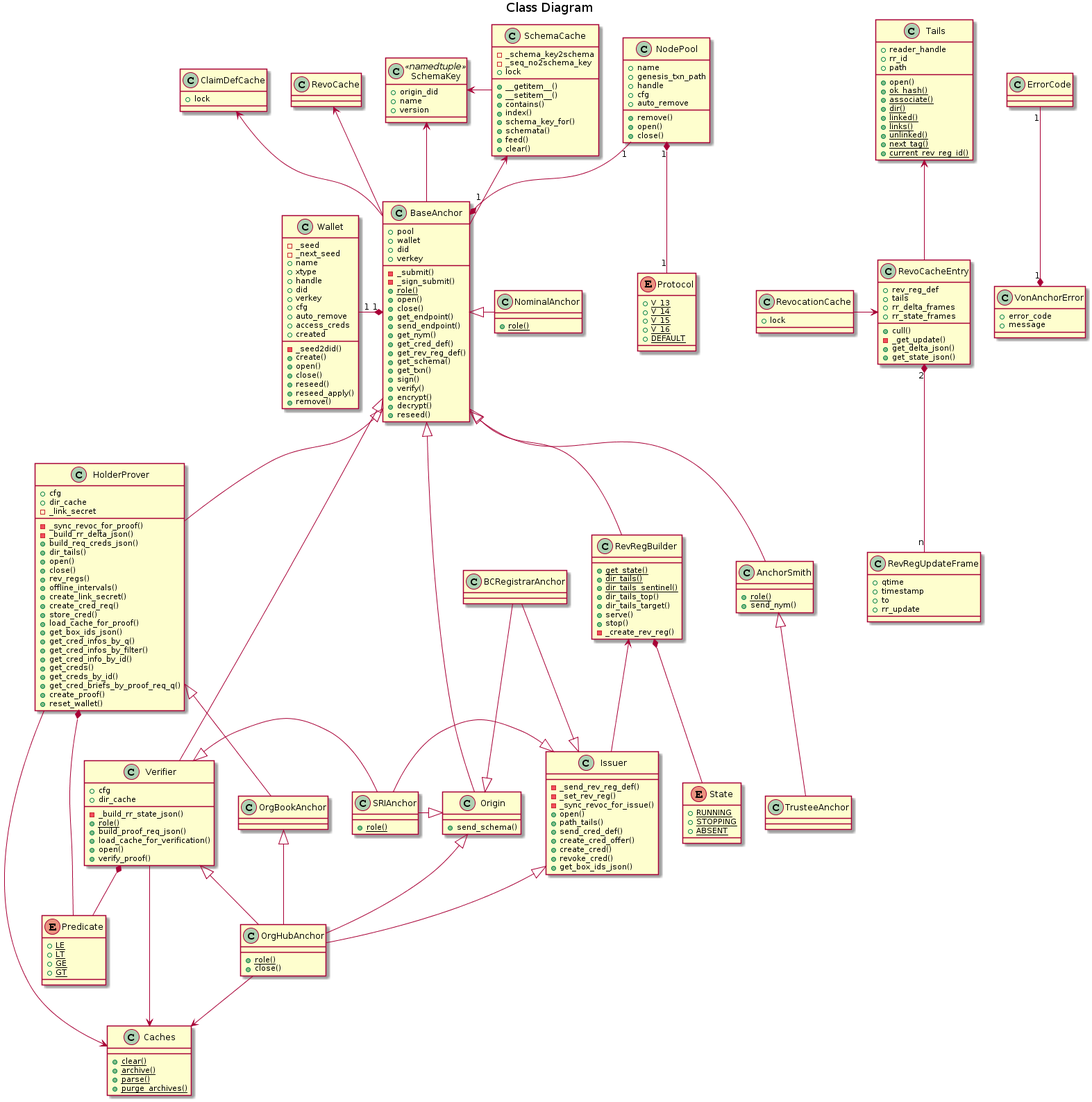
The PlantUML diagram docs/source/pic/class.png in PSPC-SPAC-buyandsell/von_anchor, before a commit.
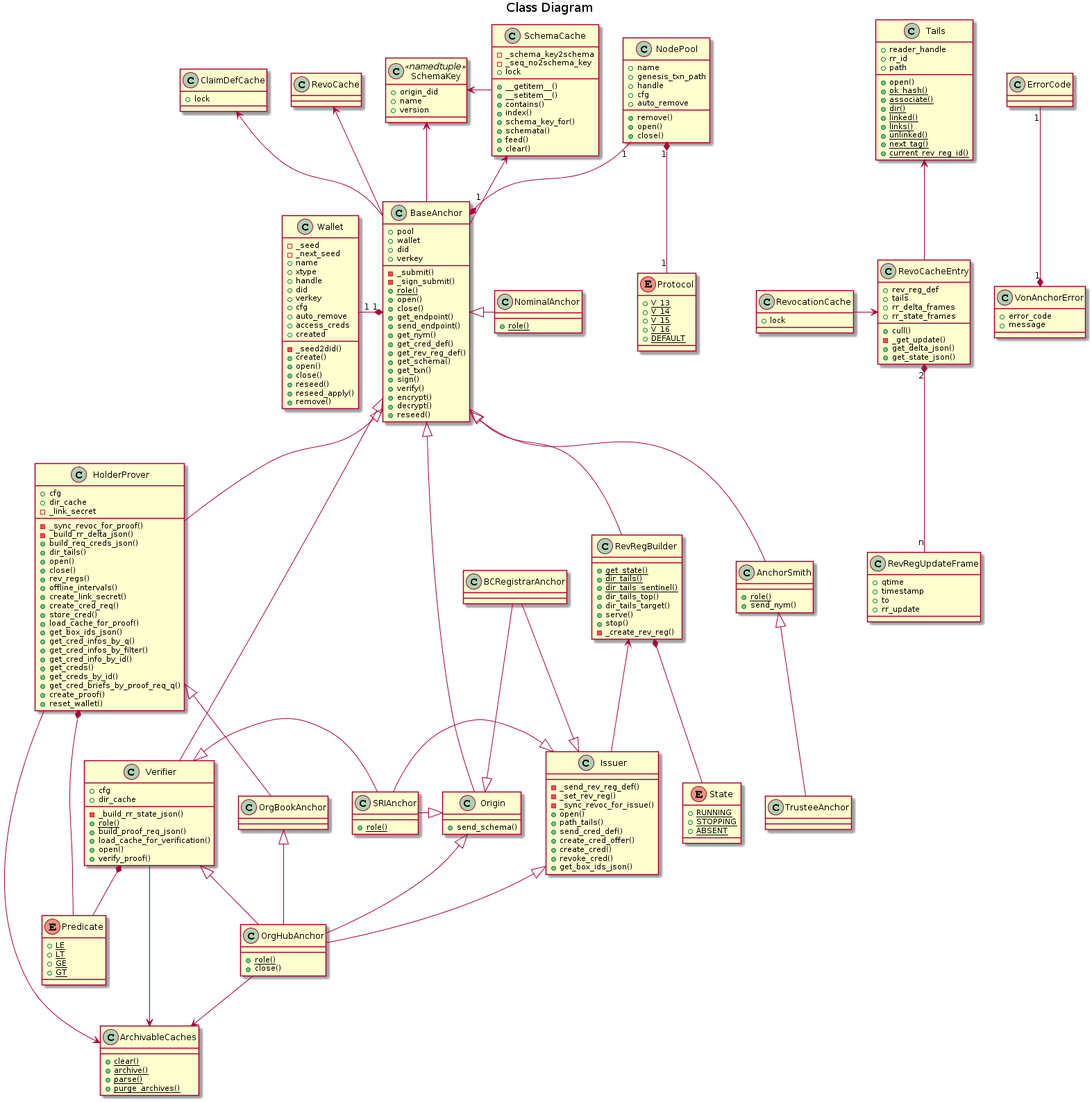
After the change.

Diff of the diagram source:
```diff
@@ -71,7 +71,7 @@
     +lock
 }
 
-class Caches {
+class ArchivableCaches {
     {static} +clear()
     {static} +archive()
     {static} +parse()
@@ -293,9 +293,9 @@
 Origin <|-- OrgHubAnchor
 Verifier <|-- OrgHubAnchor
 
-HolderProver --> Caches
-Verifier --> Caches
-OrgHubAnchor --> Caches
+HolderProver --> ArchivableCaches
+Verifier --> ArchivableCaches
+OrgHubAnchor --> ArchivableCaches
 
 HolderProver *-- Predicate
 Verifier *-- Predicate
```
